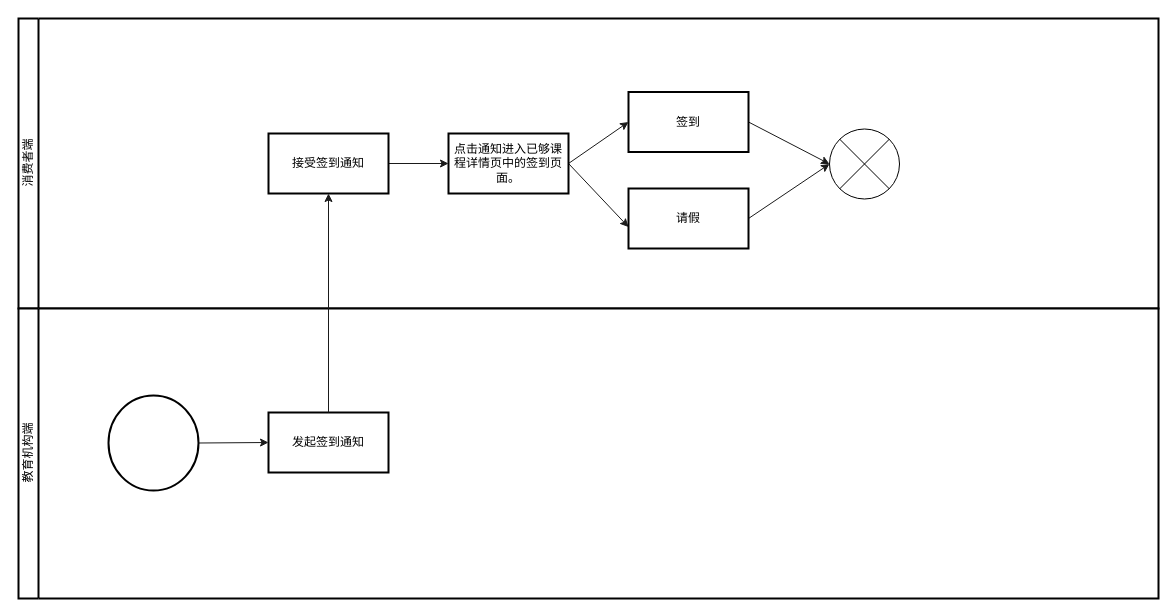
Earlier version of the draw.io diagram page "签到和请假" (4 of 4) of docs/资金监管平台流程图.drawio (cuitaocrazy/supervision). Source tidied: cells renumbered, new cells numbered last; positions are measured from the earlier drawing's top-left corner, leaving out a move shared by most shapes. Both pictures are drawn from the tidied source at 100%, with x=0, y=0 at pixel (18, 18).
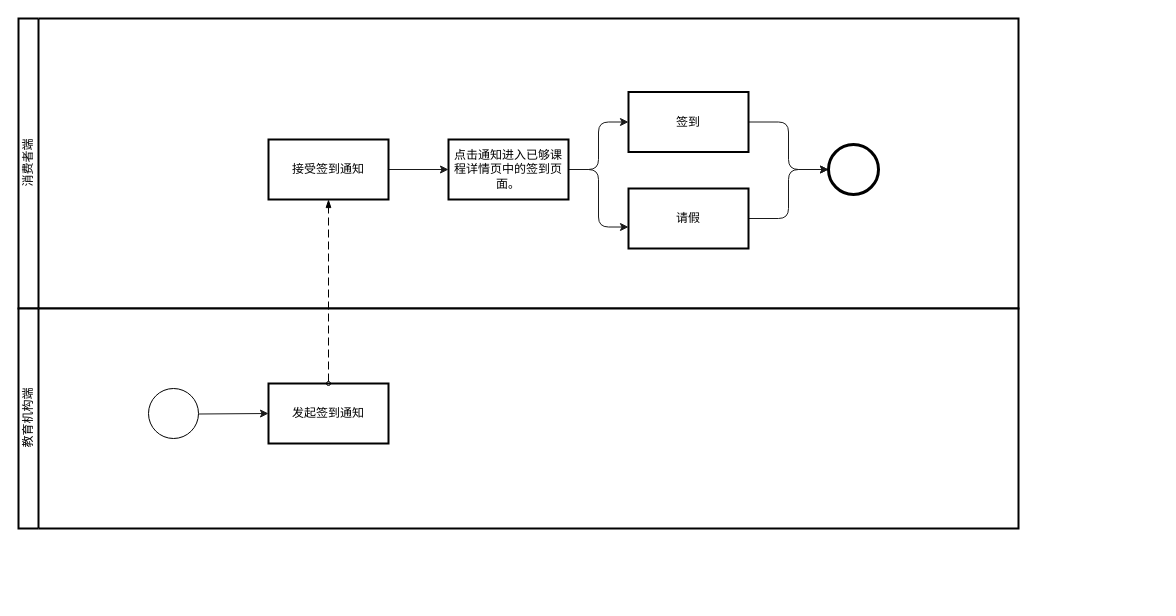
After the change.

What changed in the source:
```diff
@@
 <mxGraphModel>
   <root>
     <mxCell id="0" />
     <mxCell id="1" parent="0" />
     <mxCell id="2" value="消费者端" style="swimlane;html=1;startSize=20;fontStyle=0;horizontal=0;swimlaneLine=1;swimlaneFillColor=#ffffff;strokeWidth=2;" parent="1" vertex="1">
-      <mxGeometry width="1140" height="290" as="geometry" />
+      <mxGeometry width="1000" height="290" as="geometry" />
     </mxCell>
     <mxCell id="3" style="edgeStyle=none;html=1;exitX=1;exitY=0.5;exitDx=0;exitDy=0;entryX=0;entryY=0.5;entryDx=0;entryDy=0;strokeColor=#1A1A1A;" parent="2" edge="1" source="4" target="10">
       <mxGeometry relative="1" as="geometry" />
     </mxCell>
     <mxCell id="4" value="接受签到通知" style="whiteSpace=wrap;html=1;strokeWidth=2;" parent="2" vertex="1">
-      <mxGeometry x="250" y="115" width="120" height="60" as="geometry" />
+      <mxGeometry x="250" y="121" width="120" height="60" as="geometry" />
     </mxCell>
-    <mxCell id="5" style="edgeStyle=none;html=1;exitX=1;exitY=0.5;exitDx=0;exitDy=0;entryX=0;entryY=0.5;entryDx=0;entryDy=0;entryPerimeter=0;strokeColor=#1A1A1A;" parent="2" edge="1" source="6" target="7">
+    <mxCell id="5" style="edgeStyle=orthogonalEdgeStyle;html=1;exitX=1;exitY=0.5;exitDx=0;exitDy=0;strokeColor=#1A1A1A;" parent="2" edge="1" source="6" target="18">
       <mxGeometry relative="1" as="geometry" />
     </mxCell>
     <mxCell id="6" value="签到" style="whiteSpace=wrap;html=1;strokeWidth=2;" parent="2" vertex="1">
       <mxGeometry x="610" y="73.5" width="120" height="60" as="geometry" />
     </mxCell>
-    <mxCell id="7" style="verticalLabelPosition=bottom;verticalAlign=top;html=1;shape=mxgraph.flowchart.or;" parent="2" vertex="1">
-      <mxGeometry x="811" y="110.5" width="70" height="70" as="geometry" />
-    </mxCell>
-    <mxCell id="8" style="edgeStyle=none;html=1;exitX=1;exitY=0.5;exitDx=0;exitDy=0;entryX=0;entryY=0.5;entryDx=0;entryDy=0;strokeColor=#1A1A1A;" parent="2" edge="1" source="10" target="6">
+    <mxCell id="8" style="edgeStyle=orthogonalEdgeStyle;html=1;exitX=1;exitY=0.5;exitDx=0;exitDy=0;entryX=0;entryY=0.5;entryDx=0;entryDy=0;strokeColor=#1A1A1A;" parent="2" edge="1" source="10" target="6">
       <mxGeometry relative="1" as="geometry" />
     </mxCell>
-    <mxCell id="9" style="edgeStyle=none;html=1;exitX=1;exitY=0.5;exitDx=0;exitDy=0;entryX=0;entryY=0.642;entryDx=0;entryDy=0;entryPerimeter=0;strokeColor=#1A1A1A;" parent="2" edge="1" source="10" target="12">
+    <mxCell id="9" style="edgeStyle=orthogonalEdgeStyle;html=1;exitX=1;exitY=0.5;exitDx=0;exitDy=0;entryX=0;entryY=0.642;entryDx=0;entryDy=0;entryPerimeter=0;strokeColor=#1A1A1A;" parent="2" edge="1" source="10" target="12">
       <mxGeometry relative="1" as="geometry" />
     </mxCell>
     <mxCell id="10" value="点击通知进入已够课程详情页中的签到页面。" style="whiteSpace=wrap;html=1;strokeWidth=2;" parent="2" vertex="1">
-      <mxGeometry x="430" y="115" width="120" height="60" as="geometry" />
+      <mxGeometry x="430" y="121" width="120" height="60" as="geometry" />
     </mxCell>
-    <mxCell id="11" style="edgeStyle=none;html=1;exitX=1;exitY=0.5;exitDx=0;exitDy=0;entryX=0;entryY=0.5;entryDx=0;entryDy=0;entryPerimeter=0;strokeColor=#1A1A1A;" parent="2" edge="1" source="12" target="7">
+    <mxCell id="11" style="edgeStyle=orthogonalEdgeStyle;html=1;exitX=1;exitY=0.5;exitDx=0;exitDy=0;entryX=0;entryY=0.5;entryDx=0;entryDy=0;entryPerimeter=0;strokeColor=#1A1A1A;" parent="2" edge="1" source="12" target="18">
       <mxGeometry relative="1" as="geometry" />
     </mxCell>
     <mxCell id="12" value="请假" style="whiteSpace=wrap;html=1;strokeWidth=2;" parent="2" vertex="1">
       <mxGeometry x="610" y="170" width="120" height="60" as="geometry" />
     </mxCell>
+    <mxCell id="18" style="points=[[0.145,0.145,0],[0.5,0,0],[0.855,0.145,0],[1,0.5,0],[0.855,0.855,0],[0.5,1,0],[0.145,0.855,0],[0,0.5,0]];shape=mxgraph.bpmn.event;html=1;verticalLabelPosition=bottom;labelBackgroundColor=#ffffff;verticalAlign=top;align=center;perimeter=ellipsePerimeter;outlineConnect=0;outline=end;symbol=terminate2;" parent="2" vertex="1">
+      <mxGeometry x="810" y="126" width="50" height="50" as="geometry" />
+    </mxCell>
     <mxCell id="13" value="教育机构端" style="swimlane;html=1;startSize=20;fontStyle=0;horizontal=0;swimlaneLine=1;swimlaneFillColor=#ffffff;strokeWidth=2;" parent="1" vertex="1">
-      <mxGeometry y="290" width="1140" height="290" as="geometry" />
+      <mxGeometry y="290" width="1000" height="220" as="geometry" />
     </mxCell>
     <mxCell id="14" value="发起签到通知" style="whiteSpace=wrap;html=1;strokeWidth=2;" parent="13" vertex="1">
-      <mxGeometry x="250" y="104" width="120" height="60" as="geometry" />
+      <mxGeometry x="250" y="75" width="120" height="60" as="geometry" />
     </mxCell>
-    <mxCell id="15" style="edgeStyle=none;html=1;exitX=1;exitY=0.5;exitDx=0;exitDy=0;exitPerimeter=0;entryX=0;entryY=0.5;entryDx=0;entryDy=0;strokeColor=#1A1A1A;" parent="13" edge="1" source="16" target="14">
-      <mxGeometry relative="1" as="geometry" />
+    <mxCell id="15" style="edgeStyle=none;html=1;exitX=1;exitY=0.5;exitDx=0;exitDy=0;exitPerimeter=0;entryX=0;entryY=0.5;entryDx=0;entryDy=0;strokeColor=#1A1A1A;" parent="13" edge="1" target="14">
+      <mxGeometry relative="1" as="geometry">
+        <mxPoint x="180" y="105.5" as="sourcePoint" />
+      </mxGeometry>
     </mxCell>
-    <mxCell id="16" style="strokeWidth=2;html=1;shape=mxgraph.flowchart.start_2;whiteSpace=wrap;" parent="13" vertex="1">
-      <mxGeometry x="90" y="87" width="90" height="95" as="geometry" />
-    </mxCell>
+    <mxCell id="19" style="shape=mxgraph.bpmn.event;html=1;verticalLabelPosition=bottom;labelBackgroundColor=#ffffff;verticalAlign=top;align=center;perimeter=ellipsePerimeter;outline=standard;symbol=general;" parent="13" vertex="1">
+      <mxGeometry x="130" y="80" width="50" height="50" as="geometry" />
+    </mxCell>
-    <mxCell id="17" style="edgeStyle=none;html=1;exitX=0.5;exitY=0;exitDx=0;exitDy=0;strokeColor=#1A1A1A;entryX=0.5;entryY=1;entryDx=0;entryDy=0;" parent="1" edge="1" source="14" target="4">
+    <mxCell id="17" style="dashed=1;dashPattern=8 4;endArrow=blockThin;endFill=1;startArrow=oval;startFill=0;endSize=6;startSize=4;rounded=0;exitX=0.5;exitY=0;exitDx=0;exitDy=0;entryX=0.5;entryY=1;entryDx=0;entryDy=0;" parent="1" edge="1" source="14" target="4">
       <mxGeometry relative="1" as="geometry" />
     </mxCell>
   </root>
 </mxGraphModel>
```
